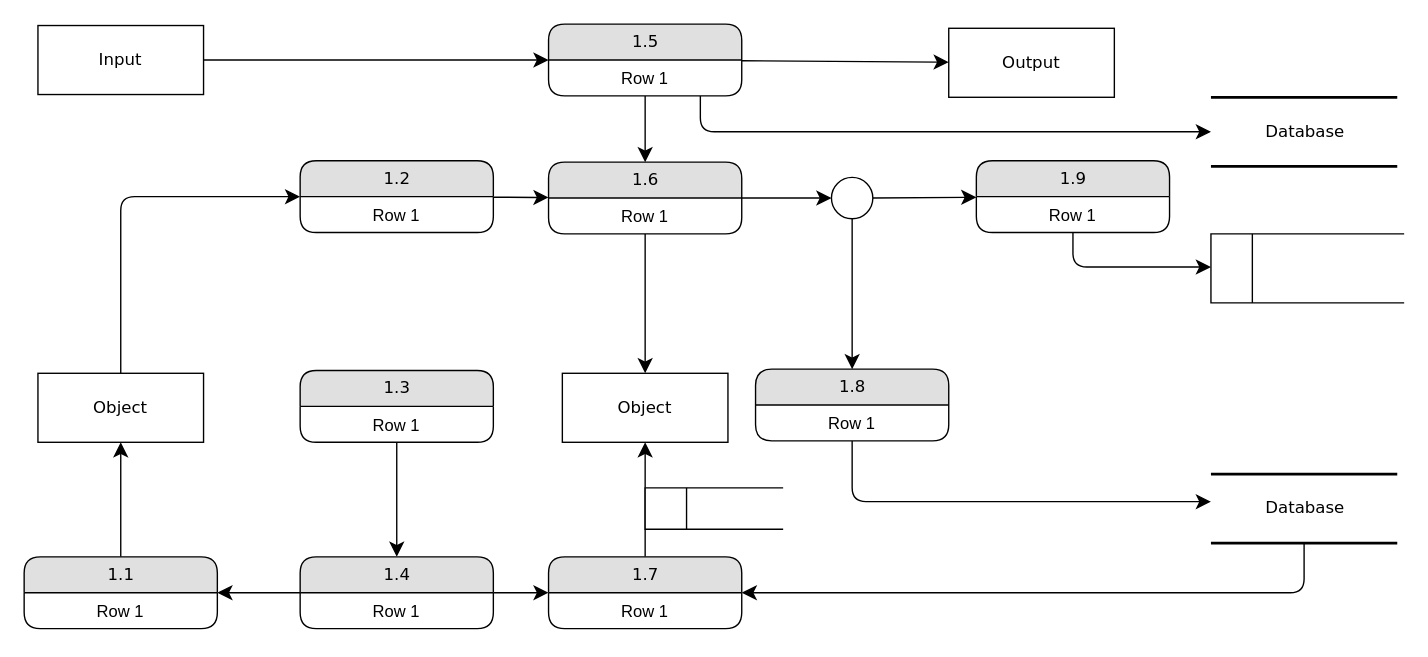
This is DFD.drawio from el-blmnt/SystemDesigns, a draw.io file, before an edit. Source tidied: cells renumbered, new cells numbered last; positions are measured from the earlier drawing's top-left corner, leaving out a move shared by most shapes. Both pictures are drawn from the tidied source at 138%, with x=0, y=0 at pixel (23, 23).
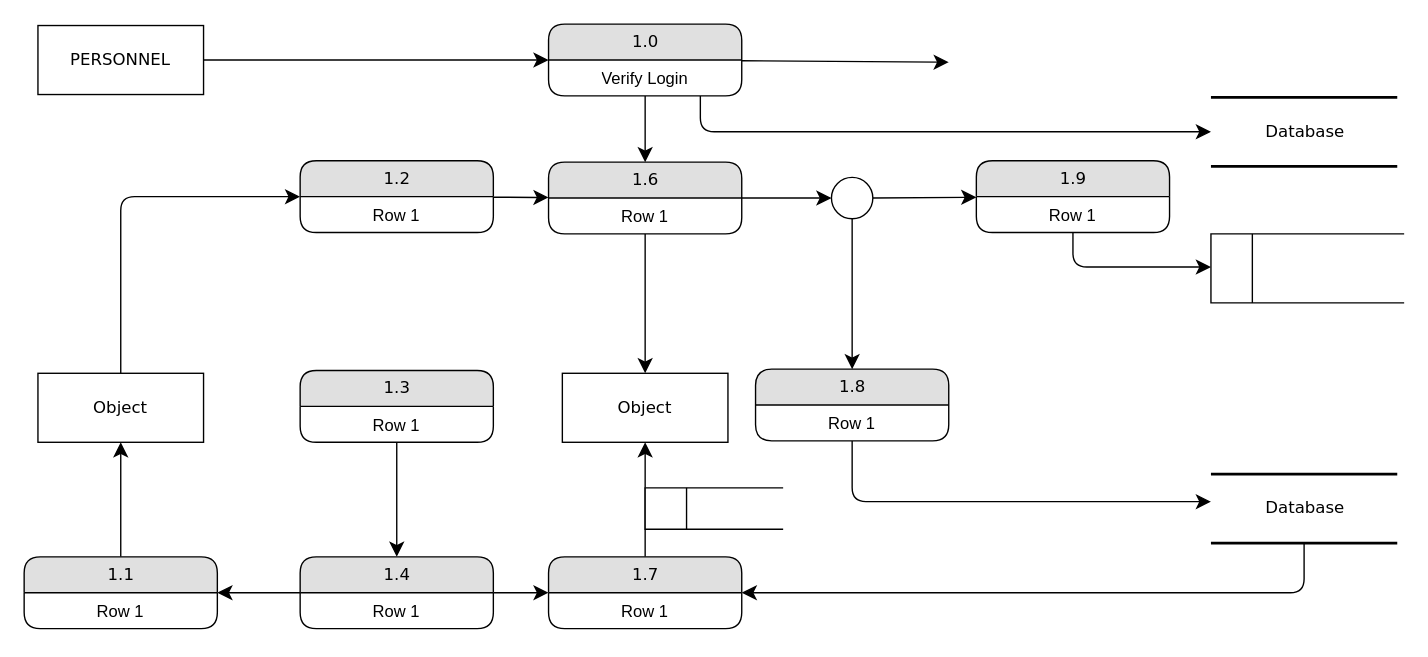
The same page after the edit.

Diff of the diagram source:
```diff
@@
-    <mxCell id="3" value="Output" style="whiteSpace=wrap;html=1;rounded=0;shadow=0;comic=0;labelBackgroundColor=none;strokeWidth=1;fontFamily=Verdana;fontSize=12;align=center;" parent="1" vertex="1">
-      <mxGeometry x="670" y="3" width="120" height="50" as="geometry" />
-    </mxCell>
@@
-    <mxCell id="5" value="Input" style="whiteSpace=wrap;html=1;rounded=0;shadow=0;comic=0;labelBackgroundColor=none;strokeWidth=1;fontFamily=Verdana;fontSize=12;align=center;" parent="1" vertex="1">
+    <mxCell id="5" value="PERSONNEL" style="whiteSpace=wrap;html=1;rounded=0;shadow=0;comic=0;labelBackgroundColor=none;strokeWidth=1;fontFamily=Verdana;fontSize=12;align=center;" parent="1" vertex="1">
       <mxGeometry x="10" y="1" width="120" height="50" as="geometry" />
     </mxCell>
-    <mxCell id="6" style="edgeStyle=none;html=1;labelBackgroundColor=none;startFill=0;startSize=8;endFill=1;endSize=8;fontFamily=Verdana;fontSize=12;" parent="1" edge="1" source="9" target="3">
-      <mxGeometry relative="1" as="geometry" />
+    <mxCell id="6" style="edgeStyle=none;html=1;labelBackgroundColor=none;startFill=0;startSize=8;endFill=1;endSize=8;fontFamily=Verdana;fontSize=12;" parent="1" edge="1" source="9">
+      <mxGeometry relative="1" as="geometry">
+        <mxPoint x="670" y="27.6" as="targetPoint" />
+      </mxGeometry>
     </mxCell>
@@
-    <mxCell id="9" value="1.5" style="swimlane;html=1;fontStyle=0;horizontal=1;startSize=26;fillColor=#e0e0e0;swimlaneFillColor=#ffffff;align=center;rounded=1;shadow=0;comic=0;labelBackgroundColor=none;strokeWidth=1;fontFamily=Verdana;fontSize=12;" parent="1" vertex="1">
+    <mxCell id="9" value="1.0" style="swimlane;html=1;fontStyle=0;horizontal=1;startSize=26;fillColor=#e0e0e0;swimlaneFillColor=#ffffff;align=center;rounded=1;shadow=0;comic=0;labelBackgroundColor=none;strokeWidth=1;fontFamily=Verdana;fontSize=12;" parent="1" vertex="1">
       <mxGeometry x="380" width="140" height="52" as="geometry" />
     </mxCell>
-    <mxCell id="10" value="Row 1" style="text;html=1;strokeColor=none;fillColor=none;spacingLeft=4;spacingRight=4;whiteSpace=wrap;overflow=hidden;align=center;" parent="9" vertex="1">
+    <mxCell id="10" value="Verify Login" style="text;html=1;strokeColor=none;fillColor=none;spacingLeft=4;spacingRight=4;whiteSpace=wrap;overflow=hidden;align=center;" parent="9" vertex="1">
       <mxGeometry y="26" width="140" height="26" as="geometry" />
     </mxCell>
```
